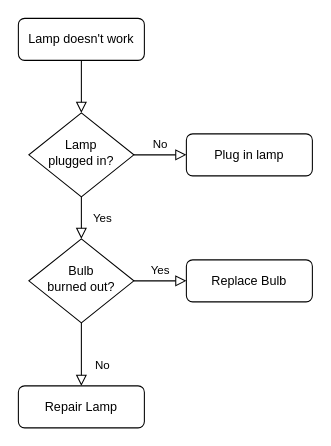
sree7k7/drawings keeps this draw.io diagram as blackjack.drawio. Above is the earlier version. Source tidied: cells renumbered, new cells numbered last; positions are measured from the earlier drawing's top-left corner, leaving out a move shared by most shapes. Both pictures are drawn from the tidied source at 105%, with x=0, y=0 at pixel (18, 18).
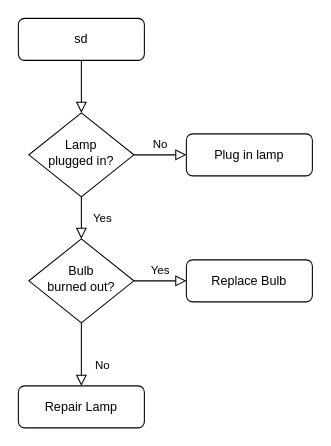
The same page after the edit.

What changed in the source:
```diff
@@
 <mxGraphModel>
   <root>
     <mxCell id="0" />
     <mxCell id="1" parent="0" />
     <mxCell id="2" style="rounded=0;html=1;jettySize=auto;fontSize=11;endArrow=block;endFill=0;endSize=8;strokeWidth=1;shadow=0;labelBackgroundColor=none;edgeStyle=orthogonalEdgeStyle;" parent="1" edge="1" source="3" target="6">
       <mxGeometry relative="1" as="geometry" />
     </mxCell>
-    <mxCell id="3" value="Lamp doesn't work" style="rounded=1;whiteSpace=wrap;html=1;fontSize=12;glass=0;strokeWidth=1;shadow=0;" parent="1" vertex="1">
+    <mxCell id="3" value="sd" style="rounded=1;whiteSpace=wrap;html=1;fontSize=12;glass=0;strokeWidth=1;shadow=0;" parent="1" vertex="1">
       <mxGeometry width="120" height="40" as="geometry" />
     </mxCell>
     <mxCell id="4" value="Yes" style="rounded=0;html=1;jettySize=auto;fontSize=11;endArrow=block;endFill=0;endSize=8;strokeWidth=1;shadow=0;labelBackgroundColor=none;edgeStyle=orthogonalEdgeStyle;" parent="1" edge="1" source="6" target="10">
       <mxGeometry y="20" relative="1" as="geometry" />
     </mxCell>
     <mxCell id="5" value="No" style="edgeStyle=orthogonalEdgeStyle;rounded=0;html=1;jettySize=auto;fontSize=11;endArrow=block;endFill=0;endSize=8;strokeWidth=1;shadow=0;labelBackgroundColor=none;" parent="1" edge="1" source="6" target="7">
       <mxGeometry y="10" relative="1" as="geometry" />
     </mxCell>
     <mxCell id="6" value="Lamp&lt;br&gt;plugged in?" style="rhombus;whiteSpace=wrap;html=1;shadow=0;fontFamily=Helvetica;fontSize=12;align=center;strokeWidth=1;spacing=6;spacingTop=-4;" parent="1" vertex="1">
       <mxGeometry x="10" y="90" width="100" height="80" as="geometry" />
     </mxCell>
     <mxCell id="7" value="Plug in lamp" style="rounded=1;whiteSpace=wrap;html=1;fontSize=12;glass=0;strokeWidth=1;shadow=0;" parent="1" vertex="1">
       <mxGeometry x="160" y="110" width="120" height="40" as="geometry" />
     </mxCell>
     <mxCell id="8" value="No" style="rounded=0;html=1;jettySize=auto;fontSize=11;endArrow=block;endFill=0;endSize=8;strokeWidth=1;shadow=0;labelBackgroundColor=none;edgeStyle=orthogonalEdgeStyle;" parent="1" edge="1" source="10" target="11">
       <mxGeometry x="0.33" y="20" relative="1" as="geometry" />
     </mxCell>
     <mxCell id="9" value="Yes" style="edgeStyle=orthogonalEdgeStyle;rounded=0;html=1;jettySize=auto;fontSize=11;endArrow=block;endFill=0;endSize=8;strokeWidth=1;shadow=0;labelBackgroundColor=none;" parent="1" edge="1" source="10" target="12">
       <mxGeometry y="10" relative="1" as="geometry" />
     </mxCell>
     <mxCell id="10" value="Bulb&lt;br&gt;burned out?" style="rhombus;whiteSpace=wrap;html=1;shadow=0;fontFamily=Helvetica;fontSize=12;align=center;strokeWidth=1;spacing=6;spacingTop=-4;" parent="1" vertex="1">
       <mxGeometry x="10" y="210" width="100" height="80" as="geometry" />
     </mxCell>
     <mxCell id="11" value="Repair Lamp" style="rounded=1;whiteSpace=wrap;html=1;fontSize=12;glass=0;strokeWidth=1;shadow=0;" parent="1" vertex="1">
       <mxGeometry y="350" width="120" height="40" as="geometry" />
     </mxCell>
     <mxCell id="12" value="Replace Bulb" style="rounded=1;whiteSpace=wrap;html=1;fontSize=12;glass=0;strokeWidth=1;shadow=0;" parent="1" vertex="1">
       <mxGeometry x="160" y="230" width="120" height="40" as="geometry" />
     </mxCell>
   </root>
 </mxGraphModel>
```
